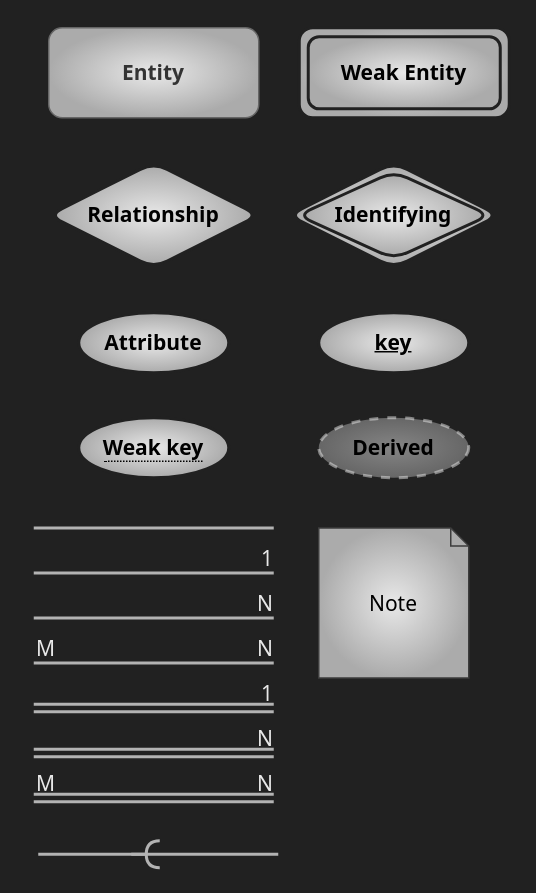
This is page "template" (1 of 5) of er.drawio from kntu-db/quera-db, a draw.io file, before an edit. Source tidied: cells renumbered, new cells numbered last; positions are measured from the earlier drawing's top-left corner, leaving out a move shared by most shapes. Both pictures are drawn from the tidied source at 150%, with x=0, y=0 at pixel (33, 27).
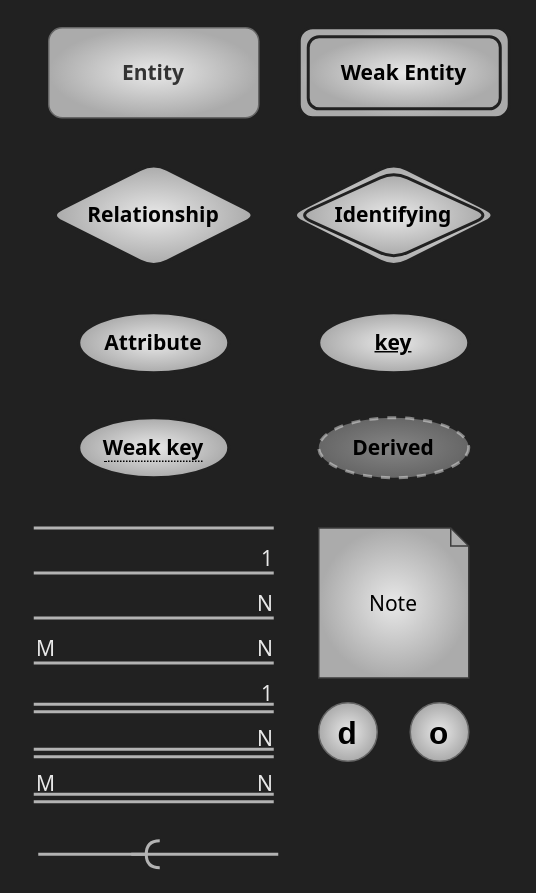
The same diagram, later.

Change to the diagram source:
```diff
@@
+    <mxCell id="29" value="d" style="ellipse;whiteSpace=wrap;html=1;fontColor=#000000;gradientColor=#ababab;gradientDirection=radial;fillColor=#e8e8e8;fontStyle=1;fontSize=21;strokeColor=#666666;" parent="1" vertex="1">
+      <mxGeometry x="190" y="450" width="39" height="39" as="geometry" />
+    </mxCell>
+    <mxCell id="30" value="o" style="ellipse;whiteSpace=wrap;html=1;fontColor=#000000;gradientColor=#ababab;gradientDirection=radial;fillColor=#e8e8e8;fontStyle=1;fontSize=21;strokeColor=#666666;" parent="1" vertex="1">
+      <mxGeometry x="251" y="450" width="39" height="39" as="geometry" />
+    </mxCell>
```
